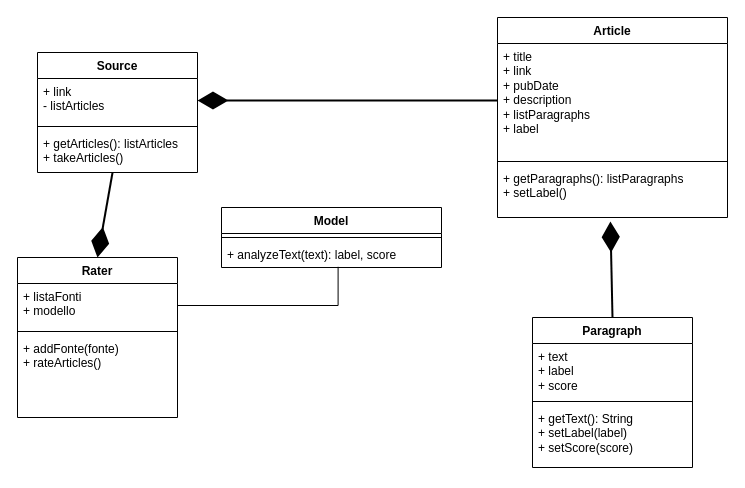
Above: diagrams/uml_fine.drawio in 9gusgusgus9/web_scraper (draw.io), before the change. Source tidied: cells renumbered, new cells numbered last; positions are measured from the earlier drawing's top-left corner, leaving out a move shared by most shapes. Both pictures are drawn from the tidied source at 100%, with x=0, y=0 at pixel (17, 17).
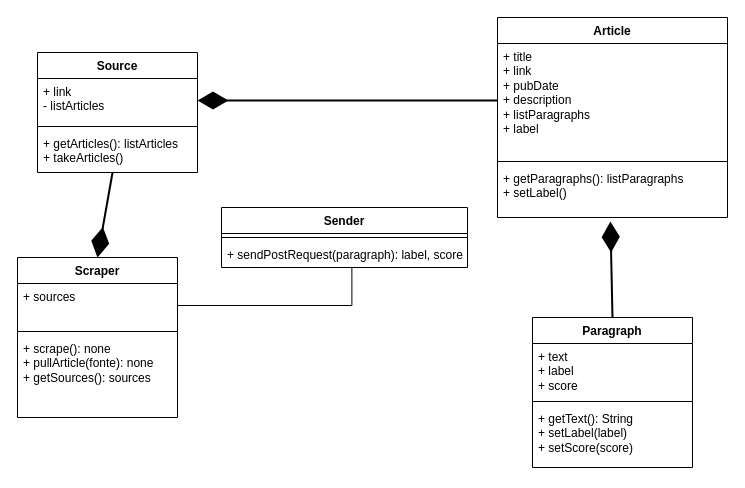
The same page after the edit.

Commit message (it also covers changes not shown here):
Modified diagram uml

Change to the diagram source:
```diff
@@
-    <mxCell id="15" value="Model" style="swimlane;fontStyle=1;align=center;verticalAlign=top;horizontal=1;startSize=26;whiteSpace=wrap;html=1;" parent="1" vertex="1">
-      <mxGeometry x="204" y="190" width="220" height="60" as="geometry" />
+    <mxCell id="15" value="Sender" style="swimlane;fontStyle=1;align=center;verticalAlign=top;horizontal=1;startSize=26;whiteSpace=wrap;html=1;" parent="1" vertex="1">
+      <mxGeometry x="204" y="190" width="246" height="60" as="geometry" />
     </mxCell>
     <mxCell id="16" style="line;strokeWidth=1;fillColor=none;align=left;verticalAlign=middle;spacingTop=-1;spacingLeft=3;spacingRight=3;labelPosition=right;strokeColor=inherit;" parent="15" vertex="1">
-      <mxGeometry y="26" width="220" height="8" as="geometry" />
+      <mxGeometry y="26" width="246" height="8" as="geometry" />
     </mxCell>
-    <mxCell id="17" value="+ analyzeText(text): label, score" style="text;strokeColor=none;fillColor=none;align=left;verticalAlign=top;spacingLeft=4;spacingRight=4;overflow=hidden;points=[[0,0.5],[1,0.5]];portConstraint=eastwest;whiteSpace=wrap;html=1;" parent="15" vertex="1">
-      <mxGeometry y="34" width="220" height="26" as="geometry" />
+    <mxCell id="17" value="+ sendPostRequest(paragraph): label, score" style="text;strokeColor=none;fillColor=none;align=left;verticalAlign=top;spacingLeft=4;spacingRight=4;overflow=hidden;points=[[0,0.5],[1,0.5]];portConstraint=eastwest;whiteSpace=wrap;html=1;" parent="15" vertex="1">
+      <mxGeometry y="34" width="246" height="26" as="geometry" />
     </mxCell>
-    <mxCell id="18" value="Rater" style="swimlane;fontStyle=1;align=center;verticalAlign=top;horizontal=1;startSize=26;whiteSpace=wrap;html=1;" parent="1" vertex="1">
+    <mxCell id="18" value="Scraper" style="swimlane;fontStyle=1;align=center;verticalAlign=top;horizontal=1;startSize=26;whiteSpace=wrap;html=1;" parent="1" vertex="1">
       <mxGeometry y="240" width="160" height="160" as="geometry" />
     </mxCell>
-    <mxCell id="19" value="&lt;div&gt;+ listaFonti&lt;/div&gt;&lt;div&gt;+ modello&lt;br&gt;&lt;/div&gt;" style="text;strokeColor=none;fillColor=none;align=left;verticalAlign=top;spacingLeft=4;spacingRight=4;overflow=hidden;points=[[0,0.5],[1,0.5]];portConstraint=eastwest;whiteSpace=wrap;html=1;" parent="18" vertex="1">
+    <mxCell id="19" value="&lt;div&gt;+ sources&lt;br&gt;&lt;/div&gt;" style="text;strokeColor=none;fillColor=none;align=left;verticalAlign=top;spacingLeft=4;spacingRight=4;overflow=hidden;points=[[0,0.5],[1,0.5]];portConstraint=eastwest;whiteSpace=wrap;html=1;" parent="18" vertex="1">
       <mxGeometry y="26" width="160" height="44" as="geometry" />
     </mxCell>
@@
-    <mxCell id="21" value="+ addFonte(fonte)&lt;br&gt;+ rateArticles()" style="text;strokeColor=none;fillColor=none;align=left;verticalAlign=top;spacingLeft=4;spacingRight=4;overflow=hidden;whiteSpace=wrap;html=1;" parent="18" vertex="1">
+    <mxCell id="21" value="+ scrape(): none&lt;br&gt;&lt;div&gt;+ pullArticle(fonte): none&lt;br&gt;&lt;/div&gt;&lt;div&gt;+ getSources(): sources&lt;br&gt;&lt;/div&gt;" style="text;strokeColor=none;fillColor=none;align=left;verticalAlign=top;spacingLeft=4;spacingRight=4;overflow=hidden;whiteSpace=wrap;html=1;" parent="18" vertex="1">
       <mxGeometry y="78" width="160" height="82" as="geometry" />
     </mxCell>
```
